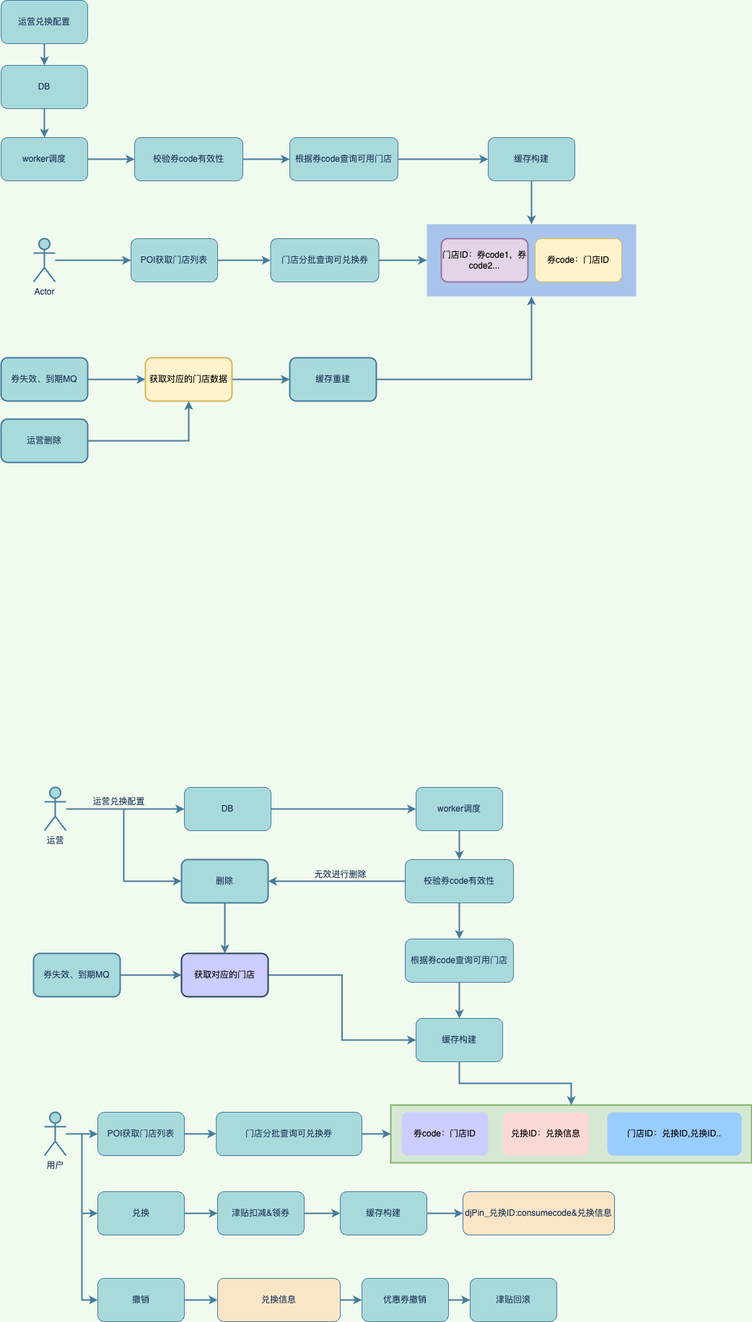
Before: 优惠券兑换缓存存储.png, a diagram exported from draw.io (845642761/diagram). Source tidied: cells renumbered, new cells last; positions are measured from the earlier drawing's top-left corner, leaving out a move shared by most shapes.
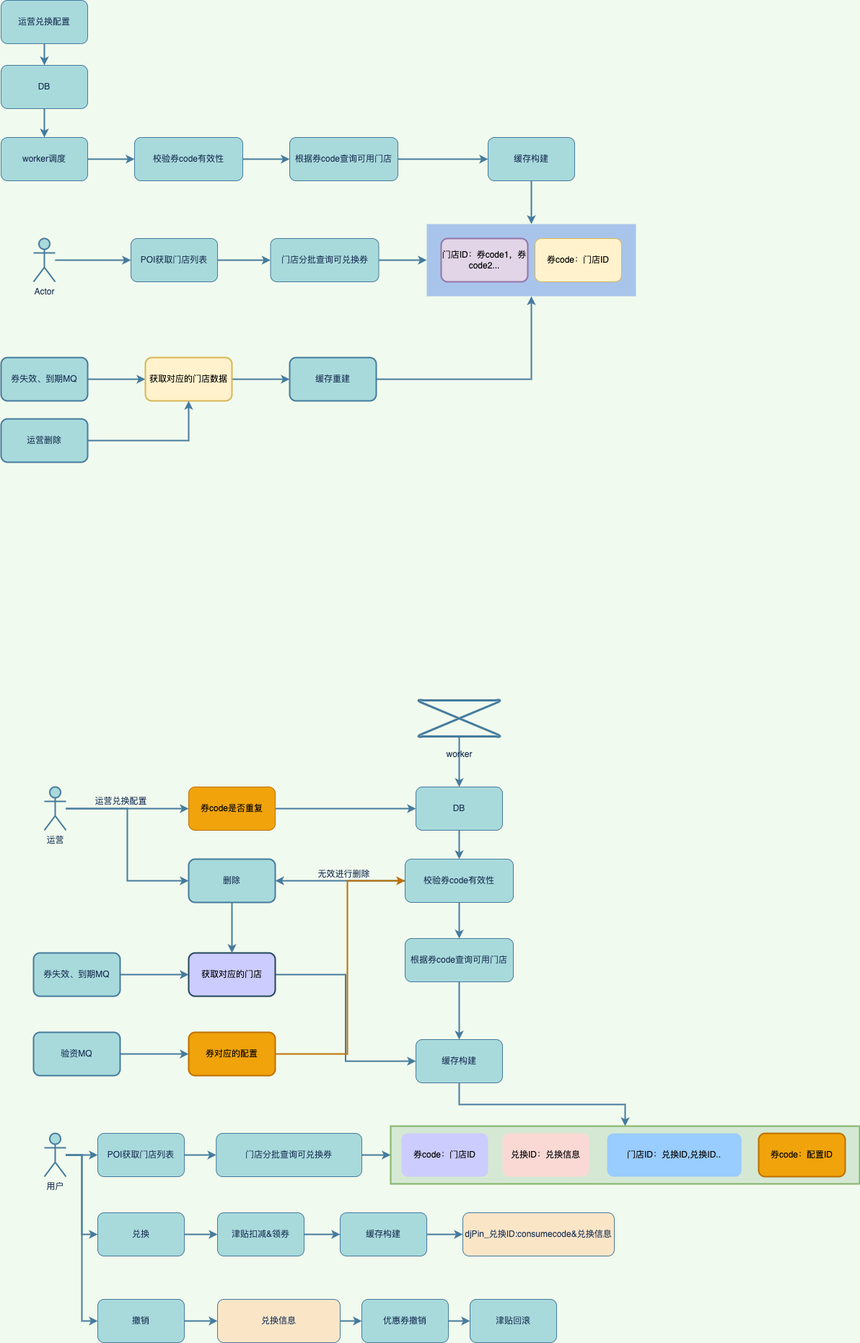
Later version of the same file.

Commit message:
更新优惠券兑换缓存存储.png

What changed in the source:
```diff
@@ -3,7 +3,7 @@
     <mxCell id="0" />
     <mxCell id="1" parent="0" />
     <mxCell id="2" style="rounded=0;whiteSpace=wrap;html=1;fillStyle=auto;strokeColor=#82b366;strokeWidth=2;fillColor=#d5e8d4;" parent="1" vertex="1">
-      <mxGeometry x="540" y="1530" width="500" height="80" as="geometry" />
+      <mxGeometry x="540" y="1560" width="650" height="80" as="geometry" />
     </mxCell>
     <mxCell id="3" style="edgeStyle=orthogonalEdgeStyle;rounded=0;jettySize=auto;html=1;strokeColor=#457B9D;fontColor=#1D3557;fillColor=#A8DADC;strokeWidth=2;labelBackgroundColor=#F1FAEE;" parent="1" edge="1" source="4" target="6">
       <mxGeometry relative="1" as="geometry" />
@@ -98,13 +98,13 @@
     <mxCell id="33" style="edgeStyle=orthogonalEdgeStyle;rounded=0;jettySize=auto;html=1;strokeColor=#457B9D;fontColor=#1D3557;fillColor=#A8DADC;strokeWidth=2;" parent="1" edge="1" source="34" target="36">
       <mxGeometry relative="1" as="geometry" />
     </mxCell>
-    <mxCell id="34" value="DB" style="whiteSpace=wrap;html=1;fillColor=#A8DADC;strokeColor=#457B9D;fontColor=#1D3557;rounded=1;" parent="1" vertex="1">
-      <mxGeometry x="254" y="1090" width="120" height="60" as="geometry" />
+    <mxCell id="34" value="券code是否重复" style="whiteSpace=wrap;html=1;fillColor=#f0a30a;strokeColor=#BD7000;fontColor=#000000;rounded=1;" parent="1" vertex="1">
+      <mxGeometry x="260" y="1090" width="120" height="60" as="geometry" />
     </mxCell>
     <mxCell id="35" style="edgeStyle=orthogonalEdgeStyle;rounded=0;jettySize=auto;html=1;strokeColor=#457B9D;fontColor=#1D3557;fillColor=#A8DADC;strokeWidth=2;labelBackgroundColor=#F1FAEE;" parent="1" edge="1" source="36" target="40">
       <mxGeometry relative="1" as="geometry" />
     </mxCell>
-    <mxCell id="36" value="worker调度" style="rounded=1;whiteSpace=wrap;html=1;strokeColor=#457B9D;fontColor=#1D3557;fillColor=#A8DADC;" parent="1" vertex="1">
+    <mxCell id="36" value="DB" style="rounded=1;whiteSpace=wrap;html=1;strokeColor=#457B9D;fontColor=#1D3557;fillColor=#A8DADC;" parent="1" vertex="1">
       <mxGeometry x="575" y="1090" width="120" height="60" as="geometry" />
     </mxCell>
     <mxCell id="37" style="edgeStyle=orthogonalEdgeStyle;rounded=0;jettySize=auto;html=1;strokeColor=#457B9D;strokeWidth=2;fontColor=#1D3557;fillColor=#A8DADC;" parent="1" edge="1" source="40" target="42">
@@ -137,19 +137,19 @@
       <mxGeometry relative="1" as="geometry" />
     </mxCell>
     <mxCell id="46" value="用户" style="shape=umlActor;verticalLabelPosition=bottom;verticalAlign=top;html=1;outlineConnect=0;strokeColor=#457B9D;fontColor=#1D3557;fillColor=#A8DADC;strokeWidth=2;" parent="1" vertex="1">
-      <mxGeometry x="60" y="1540" width="30" height="60" as="geometry" />
+      <mxGeometry x="60" y="1570" width="30" height="60" as="geometry" />
     </mxCell>
     <mxCell id="47" style="edgeStyle=orthogonalEdgeStyle;rounded=0;jettySize=auto;html=1;entryX=0;entryY=0.5;entryDx=0;entryDy=0;strokeColor=#457B9D;strokeWidth=2;fontColor=#1D3557;fillColor=#A8DADC;" parent="1" edge="1" source="48" target="78">
       <mxGeometry relative="1" as="geometry" />
     </mxCell>
     <mxCell id="48" value="POI获取门店列表" style="rounded=1;whiteSpace=wrap;html=1;strokeColor=#457B9D;fontColor=#1D3557;fillColor=#A8DADC;" parent="1" vertex="1">
-      <mxGeometry x="134" y="1540" width="120" height="60" as="geometry" />
+      <mxGeometry x="134" y="1570" width="120" height="60" as="geometry" />
     </mxCell>
     <mxCell id="49" style="edgeStyle=orthogonalEdgeStyle;rounded=0;jettySize=auto;html=1;entryX=0.5;entryY=0;entryDx=0;entryDy=0;strokeColor=#457B9D;strokeWidth=2;fontColor=#1D3557;fillColor=#A8DADC;" parent="1" edge="1" source="50" target="2">
       <mxGeometry relative="1" as="geometry" />
     </mxCell>
     <mxCell id="50" value="缓存构建" style="whiteSpace=wrap;html=1;fillColor=#A8DADC;strokeColor=#457B9D;fontColor=#1D3557;rounded=1;" parent="1" vertex="1">
-      <mxGeometry x="575" y="1410" width="120" height="60" as="geometry" />
+      <mxGeometry x="575" y="1440" width="120" height="60" as="geometry" />
     </mxCell>
     <mxCell id="51" style="edgeStyle=orthogonalEdgeStyle;rounded=0;jettySize=auto;html=1;strokeColor=#457B9D;strokeWidth=2;fontColor=#1D3557;fillColor=#A8DADC;" parent="1" edge="1" source="52" target="54">
       <mxGeometry relative="1" as="geometry" />
@@ -161,13 +161,13 @@
       <mxGeometry relative="1" as="geometry" />
     </mxCell>
     <mxCell id="54" value="获取对应的门店" style="whiteSpace=wrap;html=1;fillColor=#CCCCFF;strokeColor=#23445d;rounded=1;strokeWidth=2;labelBorderColor=none;" parent="1" vertex="1">
-      <mxGeometry x="250" y="1320" width="120" height="60" as="geometry" />
+      <mxGeometry x="260" y="1320" width="120" height="60" as="geometry" />
     </mxCell>
     <mxCell id="55" style="edgeStyle=orthogonalEdgeStyle;rounded=0;jettySize=auto;html=1;strokeColor=#457B9D;strokeWidth=2;fontColor=#1D3557;fillColor=#A8DADC;" parent="1" edge="1" source="56" target="54">
       <mxGeometry relative="1" as="geometry" />
     </mxCell>
     <mxCell id="56" value="删除" style="rounded=1;whiteSpace=wrap;html=1;strokeColor=#457B9D;strokeWidth=2;fontColor=#1D3557;fillColor=#A8DADC;" parent="1" vertex="1">
-      <mxGeometry x="250" y="1190" width="120" height="60" as="geometry" />
+      <mxGeometry x="260" y="1190" width="120" height="60" as="geometry" />
     </mxCell>
     <mxCell id="57" style="edgeStyle=orthogonalEdgeStyle;rounded=0;jettySize=auto;html=1;entryX=0;entryY=0.5;entryDx=0;entryDy=0;strokeColor=#457B9D;strokeWidth=2;fontColor=#1D3557;fillColor=#A8DADC;" parent="1" edge="1" source="60" target="34">
       <mxGeometry relative="1" as="geometry" />
@@ -187,58 +187,84 @@
       <mxGeometry relative="1" as="geometry" />
     </mxCell>
     <mxCell id="62" value="兑换" style="rounded=1;whiteSpace=wrap;html=1;strokeColor=#457B9D;fontColor=#1D3557;fillColor=#A8DADC;" parent="1" vertex="1">
-      <mxGeometry x="134" y="1650" width="120" height="60" as="geometry" />
+      <mxGeometry x="134" y="1680" width="120" height="60" as="geometry" />
     </mxCell>
     <mxCell id="63" style="edgeStyle=orthogonalEdgeStyle;rounded=0;jettySize=auto;html=1;strokeColor=#457B9D;strokeWidth=2;fontColor=#1D3557;fillColor=#A8DADC;" parent="1" edge="1" source="64" target="66">
       <mxGeometry relative="1" as="geometry" />
     </mxCell>
     <mxCell id="64" value="津贴扣减&amp;amp;领券" style="whiteSpace=wrap;html=1;fillColor=#A8DADC;strokeColor=#457B9D;fontColor=#1D3557;rounded=1;" parent="1" vertex="1">
-      <mxGeometry x="300" y="1650" width="120" height="60" as="geometry" />
+      <mxGeometry x="300" y="1680" width="120" height="60" as="geometry" />
     </mxCell>
     <mxCell id="65" style="edgeStyle=orthogonalEdgeStyle;rounded=0;jettySize=auto;html=1;strokeColor=#457B9D;strokeWidth=2;fontColor=#1D3557;fillColor=#A8DADC;" parent="1" edge="1" source="66" target="67">
       <mxGeometry relative="1" as="geometry" />
     </mxCell>
     <mxCell id="66" value="缓存构建" style="whiteSpace=wrap;html=1;fillColor=#A8DADC;strokeColor=#457B9D;fontColor=#1D3557;rounded=1;" parent="1" vertex="1">
-      <mxGeometry x="470" y="1650" width="120" height="60" as="geometry" />
+      <mxGeometry x="470" y="1680" width="120" height="60" as="geometry" />
     </mxCell>
     <mxCell id="67" value="djPin_兑换ID:consumecode&amp;amp;兑换信息" style="whiteSpace=wrap;html=1;fillColor=#FAE5C7;strokeColor=#457B9D;fontColor=#1D3557;rounded=1;" parent="1" vertex="1">
-      <mxGeometry x="640" y="1650" width="210" height="60" as="geometry" />
+      <mxGeometry x="640" y="1680" width="210" height="60" as="geometry" />
     </mxCell>
     <mxCell id="68" style="edgeStyle=orthogonalEdgeStyle;rounded=0;jettySize=auto;html=1;entryX=0;entryY=0.5;entryDx=0;entryDy=0;strokeColor=#457B9D;strokeWidth=2;fontColor=#1D3557;fillColor=#A8DADC;" parent="1" edge="1" source="69" target="71">
       <mxGeometry relative="1" as="geometry" />
     </mxCell>
     <mxCell id="69" value="撤销" style="rounded=1;whiteSpace=wrap;html=1;strokeColor=#457B9D;fontColor=#1D3557;fillColor=#A8DADC;" parent="1" vertex="1">
-      <mxGeometry x="134" y="1770" width="120" height="60" as="geometry" />
+      <mxGeometry x="134" y="1800" width="120" height="60" as="geometry" />
     </mxCell>
     <mxCell id="70" style="edgeStyle=orthogonalEdgeStyle;rounded=0;jettySize=auto;html=1;strokeColor=#457B9D;strokeWidth=2;fontColor=#1D3557;fillColor=#A8DADC;" parent="1" edge="1" source="71" target="73">
       <mxGeometry relative="1" as="geometry" />
     </mxCell>
     <mxCell id="71" value="兑换信息" style="whiteSpace=wrap;html=1;fillColor=#FAE5C7;strokeColor=#457B9D;fontColor=#1D3557;rounded=1;" parent="1" vertex="1">
-      <mxGeometry x="300" y="1770" width="170" height="60" as="geometry" />
+      <mxGeometry x="300" y="1800" width="170" height="60" as="geometry" />
     </mxCell>
     <mxCell id="72" style="edgeStyle=orthogonalEdgeStyle;rounded=0;jettySize=auto;html=1;strokeColor=#457B9D;strokeWidth=2;fontColor=#1D3557;fillColor=#A8DADC;" parent="1" edge="1" source="73" target="79">
       <mxGeometry relative="1" as="geometry" />
     </mxCell>
     <mxCell id="73" value="优惠券撤销" style="whiteSpace=wrap;html=1;fillColor=#A8DADC;strokeColor=#457B9D;fontColor=#1D3557;rounded=1;" parent="1" vertex="1">
-      <mxGeometry x="500" y="1770" width="120" height="60" as="geometry" />
+      <mxGeometry x="500" y="1800" width="120" height="60" as="geometry" />
     </mxCell>
     <mxCell id="74" value="兑换ID：兑换信息" style="rounded=1;whiteSpace=wrap;html=1;fillStyle=auto;strokeColor=none;strokeWidth=2;fillColor=#fad9d5;" parent="1" vertex="1">
-      <mxGeometry x="695" y="1540" width="120" height="60" as="geometry" />
+      <mxGeometry x="695" y="1570" width="120" height="60" as="geometry" />
     </mxCell>
     <mxCell id="75" value="券code：门店ID" style="whiteSpace=wrap;html=1;fillColor=#CCCCFF;strokeColor=none;rounded=1;" parent="1" vertex="1">
-      <mxGeometry x="555" y="1540" width="120" height="60" as="geometry" />
+      <mxGeometry x="555" y="1570" width="120" height="60" as="geometry" />
     </mxCell>
     <mxCell id="76" value="门店ID：兑换ID,兑换ID.." style="rounded=1;whiteSpace=wrap;html=1;fillStyle=auto;strokeColor=none;strokeWidth=2;fillColor=#99CCFF;" parent="1" vertex="1">
-      <mxGeometry x="840" y="1540" width="186.2" height="60" as="geometry" />
+      <mxGeometry x="840" y="1570" width="186.2" height="60" as="geometry" />
     </mxCell>
     <mxCell id="77" style="edgeStyle=orthogonalEdgeStyle;rounded=0;jettySize=auto;html=1;entryX=0;entryY=0.5;entryDx=0;entryDy=0;strokeColor=#457B9D;strokeWidth=2;fontColor=#1D3557;fillColor=#A8DADC;" parent="1" edge="1" source="78" target="2">
       <mxGeometry relative="1" as="geometry" />
     </mxCell>
     <mxCell id="78" value="门店分批查询可兑换券" style="whiteSpace=wrap;html=1;fillColor=#A8DADC;strokeColor=#457B9D;fontColor=#1D3557;rounded=1;" parent="1" vertex="1">
-      <mxGeometry x="298.3" y="1540" width="201.7" height="60" as="geometry" />
+      <mxGeometry x="298.3" y="1570" width="201.7" height="60" as="geometry" />
     </mxCell>
     <mxCell id="79" value="津贴回滚" style="whiteSpace=wrap;html=1;fillColor=#A8DADC;strokeColor=#457B9D;fontColor=#1D3557;rounded=1;" parent="1" vertex="1">
-      <mxGeometry x="650" y="1770" width="120" height="60" as="geometry" />
+      <mxGeometry x="650" y="1800" width="120" height="60" as="geometry" />
     </mxCell>
+    <mxCell id="80" style="edgeStyle=orthogonalEdgeStyle;rounded=0;jettySize=auto;html=1;strokeWidth=2;strokeColor=#457B9D;fontColor=#1D3557;fillColor=#A8DADC;" parent="1" edge="1" source="81" target="36">
+      <mxGeometry relative="1" as="geometry" />
+    </mxCell>
+    <mxCell id="81" value="worker" style="verticalLabelPosition=bottom;verticalAlign=middle;html=1;shape=mxgraph.flowchart.collate;fillColor=none;strokeColor=#457B9D;fontColor=#1D3557;rounded=1;strokeWidth=3;" parent="1" vertex="1">
+      <mxGeometry x="580" y="970" width="110" height="50" as="geometry" />
+    </mxCell>
+    <mxCell id="82" style="edgeStyle=orthogonalEdgeStyle;rounded=0;jettySize=auto;html=1;entryX=0;entryY=0.5;entryDx=0;entryDy=0;strokeWidth=2;strokeColor=#457B9D;fontColor=#1D3557;fillColor=#A8DADC;" parent="1" edge="1" source="83" target="85">
+      <mxGeometry relative="1" as="geometry" />
+    </mxCell>
+    <mxCell id="83" value="验资MQ" style="rounded=1;whiteSpace=wrap;html=1;strokeColor=#457B9D;strokeWidth=2;fontColor=#1D3557;fillColor=#A8DADC;" parent="1" vertex="1">
+      <mxGeometry x="45" y="1430" width="120" height="60" as="geometry" />
+    </mxCell>
+    <mxCell id="84" style="edgeStyle=orthogonalEdgeStyle;rounded=0;jettySize=auto;html=1;entryX=0;entryY=0.5;entryDx=0;entryDy=0;strokeWidth=2;strokeColor=#BD7000;fontColor=#1D3557;fillColor=#f0a30a;exitX=1;exitY=0.5;exitDx=0;exitDy=0;" parent="1" edge="1" source="85" target="40">
+      <mxGeometry relative="1" as="geometry">
+        <Array as="points">
+          <mxPoint x="480" y="1460" />
+          <mxPoint x="480" y="1220" />
+        </Array>
+      </mxGeometry>
+    </mxCell>
+    <mxCell id="85" value="券对应的配置" style="rounded=1;whiteSpace=wrap;html=1;strokeColor=#BD7000;strokeWidth=2;fontColor=#000000;fillColor=#f0a30a;" parent="1" vertex="1">
+      <mxGeometry x="260" y="1430" width="120" height="60" as="geometry" />
+    </mxCell>
+    <mxCell id="86" value="券code：配置ID" style="rounded=1;whiteSpace=wrap;html=1;strokeColor=#BD7000;strokeWidth=2;fontColor=#000000;fillColor=#f0a30a;" parent="1" vertex="1">
+      <mxGeometry x="1050" y="1570" width="120" height="60" as="geometry" />
+    </mxCell>
   </root>
 </mxGraphModel>
```
